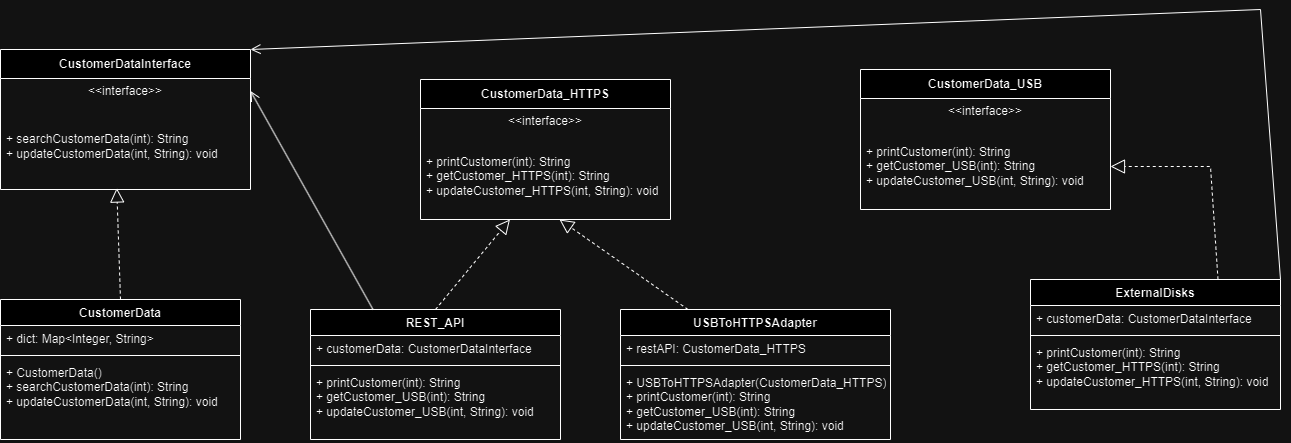
shiddharthsaran/cs-665-assignment-4 keeps this draw.io diagram as BU MET CS 665 Assignment 4.drawio.png. Above is the earlier version. Source tidied: cells renumbered, new cells last; positions are measured from the earlier drawing's top-left corner, leaving out a move shared by most shapes.
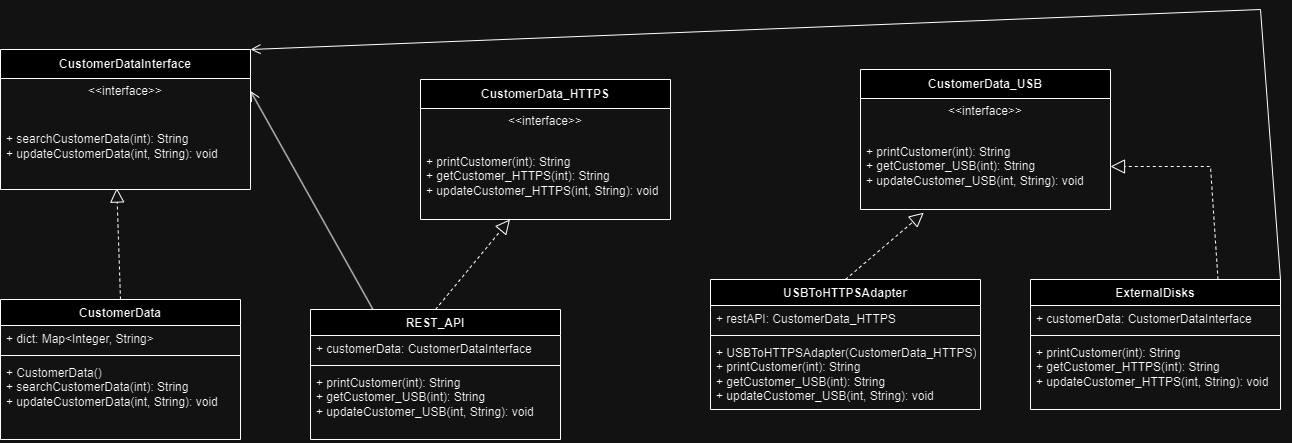
After the change.

What changed in the source:
```diff
@@ -66,7 +66,7 @@
       <mxGeometry y="60" width="250" height="70" as="geometry" />
     </mxCell>
     <mxCell id="23" value="USBToHTTPSAdapter" style="swimlane;fontStyle=1;align=center;verticalAlign=top;horizontal=1;startSize=26;whiteSpace=wrap;html=1;" parent="1" vertex="1">
-      <mxGeometry x="620" y="300" width="270" height="130" as="geometry" />
+      <mxGeometry x="710" y="270" width="270" height="130" as="geometry" />
     </mxCell>
     <mxCell id="24" value="+ restAPI:&amp;nbsp;CustomerData_HTTPS" style="text;strokeColor=none;fillColor=none;align=left;verticalAlign=top;spacingLeft=4;spacingRight=4;overflow=hidden;whiteSpace=wrap;html=1;" parent="23" vertex="1">
       <mxGeometry y="26" width="270" height="26" as="geometry" />
@@ -90,9 +90,6 @@
         </Array>
       </mxGeometry>
     </mxCell>
-    <mxCell id="30" style="endArrow=block;dashed=1;endFill=0;endSize=12;html=1;rounded=0;exitX=0.25;exitY=0;exitDx=0;exitDy=0;entryX=0.556;entryY=1;entryDx=0;entryDy=0;entryPerimeter=0;" parent="1" edge="1" source="23" target="8">
-      <mxGeometry relative="1" as="geometry" />
-    </mxCell>
     <mxCell id="31" style="endArrow=open;startArrow=none;endFill=0;startFill=0;endSize=8;html=1;verticalAlign=bottom;labelBackgroundColor=none;strokeWidth=1;rounded=0;exitX=0.25;exitY=0;exitDx=0;exitDy=0;entryX=1;entryY=0.5;entryDx=0;entryDy=0;" parent="1" edge="1" source="19" target="13">
       <mxGeometry relative="1" as="geometry" />
     </mxCell>
@@ -103,5 +100,8 @@
         </Array>
       </mxGeometry>
     </mxCell>
+    <mxCell id="33" style="endArrow=block;dashed=1;endFill=0;endSize=12;html=1;rounded=0;exitX=0.5;exitY=0;exitDx=0;exitDy=0;entryX=0.253;entryY=1.037;entryDx=0;entryDy=0;entryPerimeter=0;" parent="1" edge="1" source="23" target="11">
+      <mxGeometry relative="1" as="geometry" />
+    </mxCell>
   </root>
 </mxGraphModel>
```
